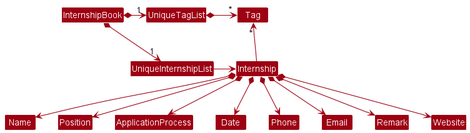
Above: docs/images/BetterModelClassDiagram.png in nus-cs2103-AY2223S1/tp (PlantUML), before the change.
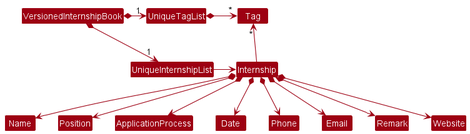
The same file after the commit.

Commit message:
Update model-related diagrams

What changed in the source:
```diff
@@ -4,8 +4,8 @@
 skinparam arrowColor MODEL_COLOR
 skinparam classBackgroundColor MODEL_COLOR
 
-InternshipBook *-right-> "1" UniqueInternshipList
-InternshipBook *-right-> "1" UniqueTagList
+VersionedInternshipBook *-right-> "1" UniqueInternshipList
+VersionedInternshipBook *-right-> "1" UniqueTagList
 UniqueTagList -[hidden]down- UniqueInternshipList
 UniqueTagList -[hidden]down- UniqueInternshipList
 
```
